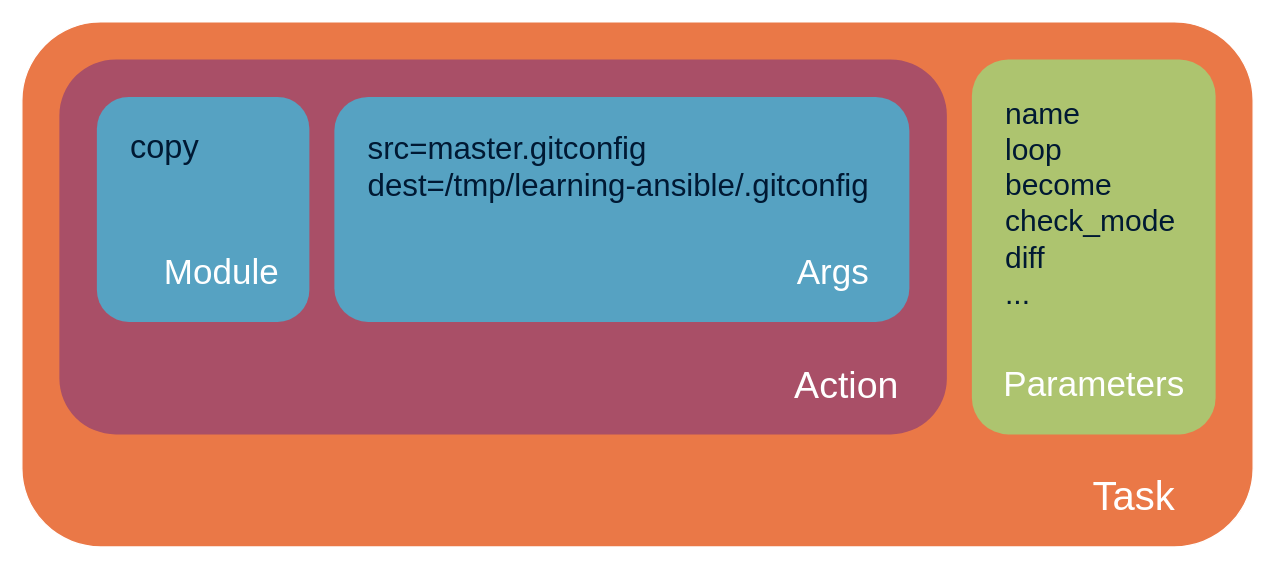
hieuvp/learning-automation-tools keeps this draw.io diagram as getting-started-with-ansible/declaring-desired-state-with-playbooks/assets/task-vs-action.drawio. Above is the earlier version. Source tidied: cells renumbered, new cells numbered last; positions are measured from the earlier drawing's top-left corner, leaving out a move shared by most shapes. Both pictures are drawn from the tidied source at 125%, with x=0, y=0 at pixel (21, 21).
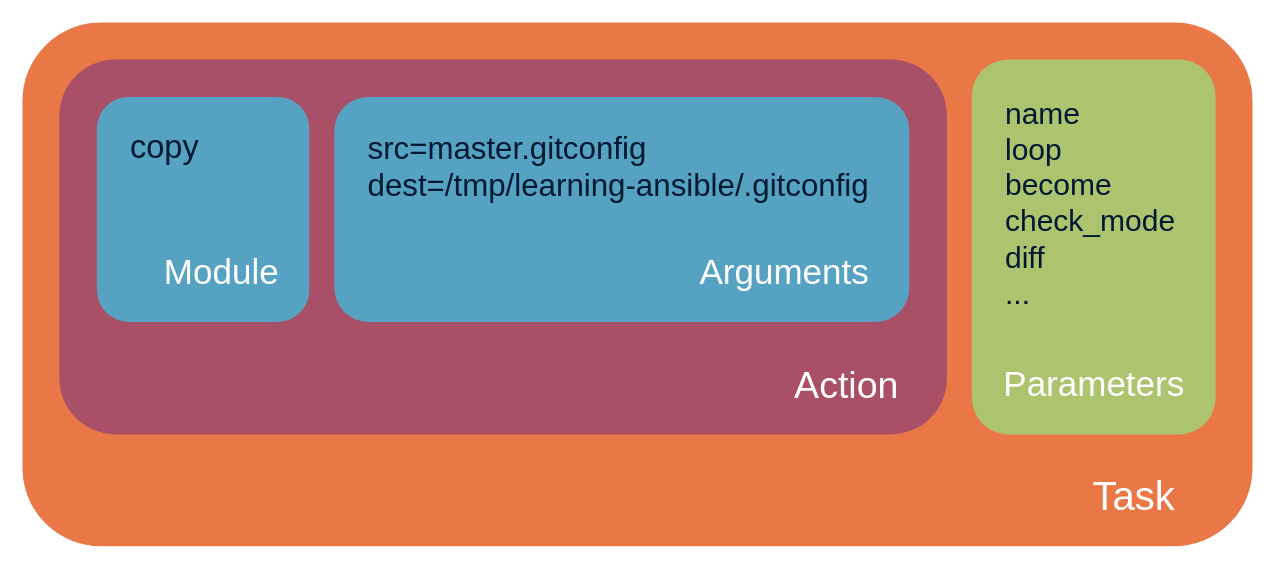
The same page after the edit.

Diff of the diagram source:
```diff
@@
 <mxGraphModel>
   <root>
     <mxCell id="0" />
     <mxCell id="1" parent="0" />
     <mxCell id="2" style="rounded=1;whiteSpace=wrap;html=1;fontSize=24;align=left;fillColor=#EA7847;strokeColor=#FFFFFF;" parent="1" vertex="1">
       <mxGeometry width="985" height="420" as="geometry" />
     </mxCell>
     <mxCell id="3" style="rounded=1;whiteSpace=wrap;html=1;strokeColor=none;fillColor=#A94F67;fontSize=30;fontColor=#000033;align=left;" parent="1" vertex="1">
       <mxGeometry x="30" y="30" width="710" height="300" as="geometry" />
     </mxCell>
     <mxCell id="4" value="&lt;span style=&quot;font-size: 32px;&quot;&gt;Task&lt;/span&gt;" style="text;html=1;strokeColor=none;fillColor=none;align=center;verticalAlign=middle;whiteSpace=wrap;rounded=0;fontSize=32;fontColor=#FFFFFF;fontStyle=0;" parent="1" vertex="1">
       <mxGeometry x="800" y="350" width="180" height="60" as="geometry" />
     </mxCell>
     <mxCell id="5" value="Action" style="text;html=1;strokeColor=none;fillColor=none;align=center;verticalAlign=middle;whiteSpace=wrap;rounded=0;fontSize=30;fontColor=#FFFFFF;" parent="1" vertex="1">
       <mxGeometry x="600" y="260" width="120" height="60" as="geometry" />
     </mxCell>
     <mxCell id="6" style="group;" parent="1" vertex="1">
       <mxGeometry x="60" y="60" width="170" height="180" as="geometry" />
     </mxCell>
     <mxCell id="7" style="rounded=1;whiteSpace=wrap;html=1;fillColor=#56A2C2;strokeColor=none;" parent="6" vertex="1">
       <mxGeometry width="170" height="180" as="geometry" />
     </mxCell>
     <mxCell id="8" value="Module" style="text;html=1;strokeColor=none;fillColor=none;align=center;verticalAlign=middle;whiteSpace=wrap;rounded=0;fontSize=28;fontColor=#FFFFFF;" parent="6" vertex="1">
       <mxGeometry x="50" y="110" width="100" height="60" as="geometry" />
     </mxCell>
     <mxCell id="9" value="copy" style="text;html=1;strokeColor=none;fillColor=none;align=left;verticalAlign=middle;whiteSpace=wrap;rounded=0;fontSize=26;fontColor=#001933;" parent="6" vertex="1">
       <mxGeometry x="25" y="20" width="100" height="40" as="geometry" />
     </mxCell>
     <mxCell id="10" style="group;" parent="1" vertex="1">
       <mxGeometry x="250" y="60" width="460" height="180" as="geometry" />
     </mxCell>
     <mxCell id="11" style="rounded=1;whiteSpace=wrap;html=1;fillColor=#56A2C2;strokeColor=none;" parent="10" vertex="1">
       <mxGeometry width="460" height="180" as="geometry" />
     </mxCell>
-    <mxCell id="12" value="Args" style="text;html=1;strokeColor=none;fillColor=none;align=right;verticalAlign=middle;whiteSpace=wrap;rounded=0;fontSize=28;fontColor=#FFFFFF;" parent="10" vertex="1">
-      <mxGeometry x="330" y="110" width="100" height="60" as="geometry" />
+    <mxCell id="12" value="Arguments" style="text;html=1;strokeColor=none;fillColor=none;align=right;verticalAlign=middle;whiteSpace=wrap;rounded=0;fontSize=28;fontColor=#FFFFFF;" parent="10" vertex="1">
+      <mxGeometry x="250" y="110" width="180" height="60" as="geometry" />
     </mxCell>
     <mxCell id="13" value="&lt;div style=&quot;font-size: 25px;&quot;&gt;src=master.gitconfig&lt;/div&gt;&lt;div style=&quot;font-size: 25px;&quot;&gt;dest=/tmp/learning-ansible/.gitconfig&lt;/div&gt;" style="text;html=1;strokeColor=none;fillColor=none;align=left;verticalAlign=middle;whiteSpace=wrap;rounded=0;fontSize=25;fontColor=#001933;" parent="10" vertex="1">
       <mxGeometry x="25" y="25" width="430" height="60" as="geometry" />
     </mxCell>
     <mxCell id="14" style="group;" parent="1" vertex="1">
       <mxGeometry x="760" y="30" width="195" height="300" as="geometry" />
     </mxCell>
     <mxCell id="15" style="rounded=1;whiteSpace=wrap;html=1;fillColor=#ADC46F;strokeColor=none;" parent="14" vertex="1">
       <mxGeometry width="195" height="300" as="geometry" />
     </mxCell>
     <mxCell id="16" value="name&lt;br&gt;loop&lt;br&gt;become&lt;br&gt;check_mode&lt;br&gt;diff&lt;br&gt;...&lt;br&gt;&lt;div&gt;&lt;br&gt;&lt;/div&gt;" style="text;html=1;strokeColor=none;fillColor=none;align=left;verticalAlign=middle;whiteSpace=wrap;rounded=0;fontSize=24;fontColor=#001933;" parent="14" vertex="1">
       <mxGeometry x="25" y="30" width="150" height="200" as="geometry" />
     </mxCell>
     <mxCell id="17" value="Parameters" style="text;html=1;strokeColor=none;fillColor=none;align=center;verticalAlign=middle;whiteSpace=wrap;rounded=0;fontSize=28;fontColor=#FFFFFF;" parent="14" vertex="1">
       <mxGeometry x="17.5" y="230" width="160" height="60" as="geometry" />
     </mxCell>
   </root>
 </mxGraphModel>
```
